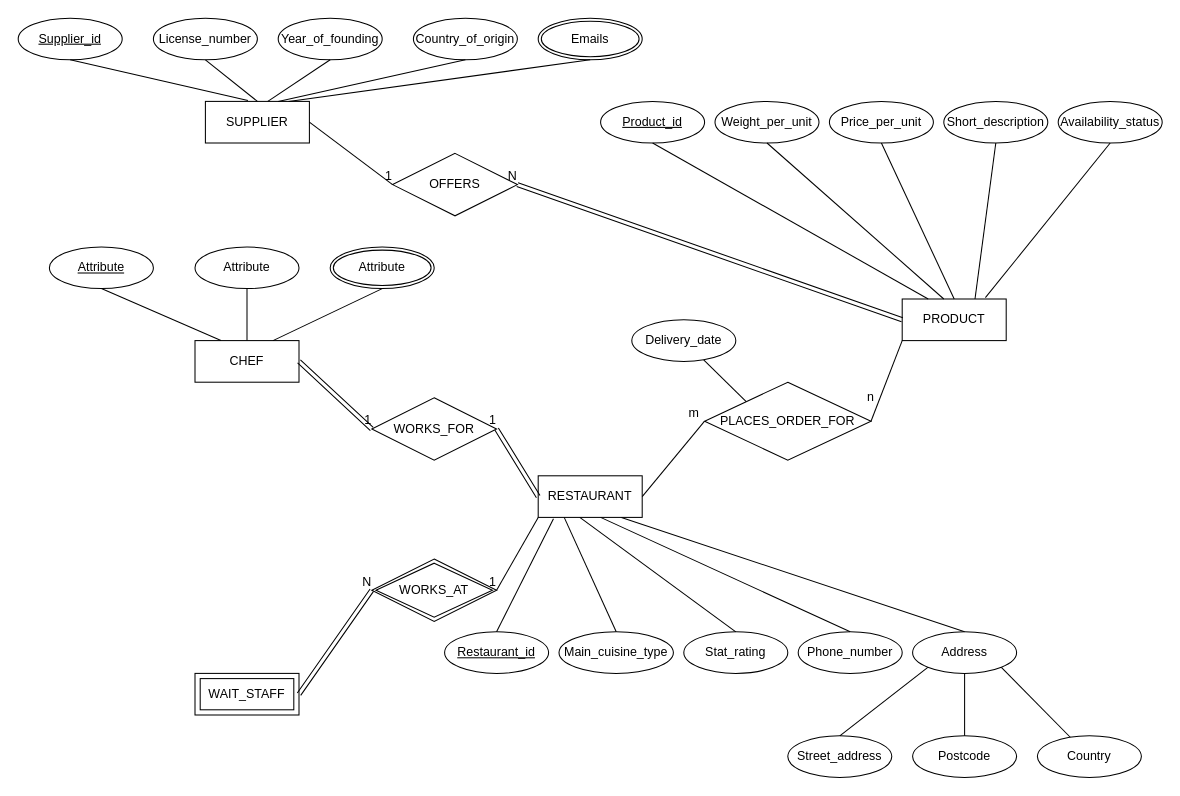
Before: Untitled Diagram.drawio in Jack-UNSW/ohmyzsh, a draw.io diagram. Source tidied: cells renumbered, new cells numbered last; positions are measured from the earlier drawing's top-left corner, leaving out a move shared by most shapes. Both pictures are drawn from the tidied source at 104%, with x=0, y=0 at pixel (18, 18).
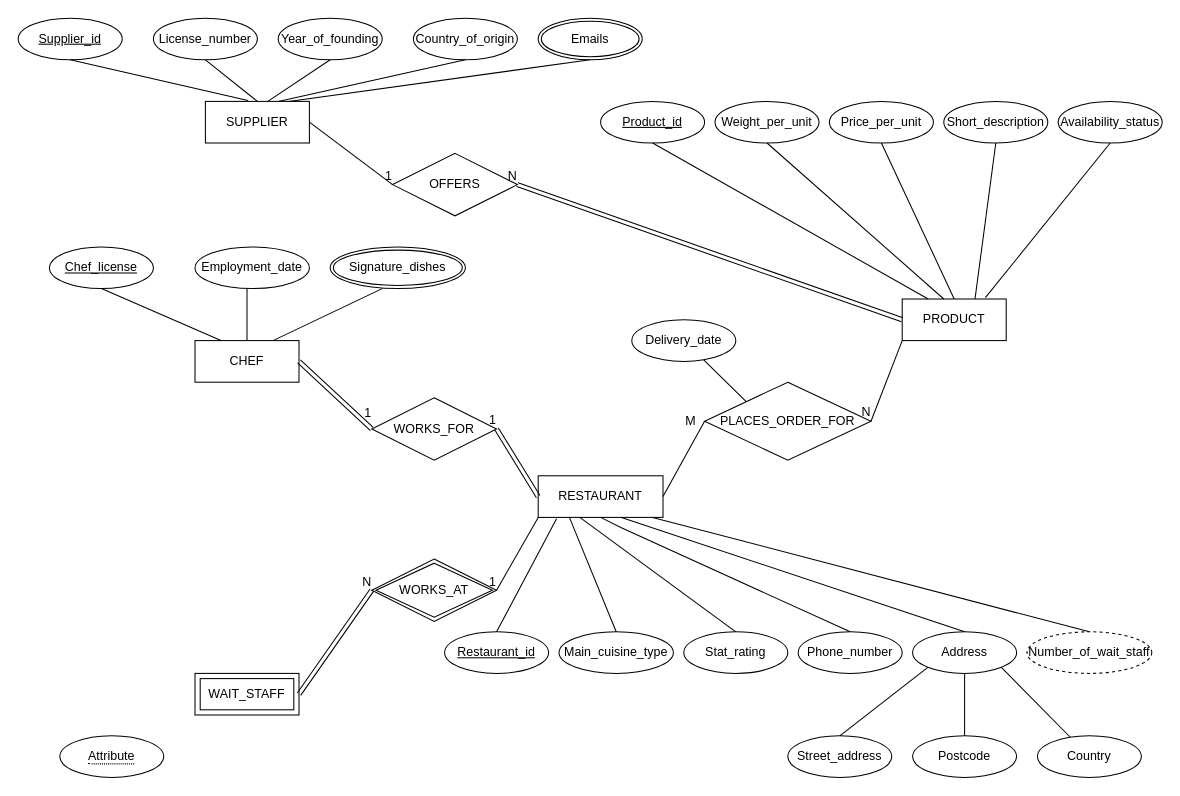
After the change.

Unchanged cells that the change refers to:
```xml
<mxCell id="16" value="PRODUCT" style="whiteSpace=wrap;html=1;align=center;" parent="1" vertex="1">
  <mxGeometry x="850" y="270" width="100" height="40" as="geometry" />
</mxCell>
<mxCell id="19" style="endArrow=none;html=1;rounded=0;entryX=0;entryY=0.5;entryDx=0;entryDy=0;" parent="1" edge="1" target="18">
  <mxGeometry relative="1" as="geometry">
    <mxPoint x="280" y="100" as="sourcePoint" />
  </mxGeometry>
</mxCell>
<mxCell id="24" style="shape=link;html=1;rounded=0;entryX=0;entryY=0.5;entryDx=0;entryDy=0;" parent="1" edge="1" target="23">
  <mxGeometry relative="1" as="geometry">
    <mxPoint x="270" y="330" as="sourcePoint" />
  </mxGeometry>
</mxCell>
<mxCell id="32" value="PLACES_ORDER_FOR&lt;br&gt;" style="shape=rhombus;perimeter=rhombusPerimeter;whiteSpace=wrap;html=1;align=center;" parent="1" vertex="1">
  <mxGeometry x="660" y="350" width="160" height="75" as="geometry" />
</mxCell>
<mxCell id="38" value="Phone_number" style="ellipse;whiteSpace=wrap;html=1;align=center;" parent="1" vertex="1">
  <mxGeometry x="750" y="590" width="100" height="40" as="geometry" />
</mxCell>
```

What changed in the source:
```diff
@@
     <mxCell id="17" value="RESTAURANT" style="whiteSpace=wrap;html=1;align=center;" parent="1" vertex="1">
-      <mxGeometry x="500" y="440" width="100" height="40" as="geometry" />
+      <mxGeometry x="500" y="440" width="120" height="40" as="geometry" />
     </mxCell>
@@
-    <mxCell id="20" value="1" style="html=1;align=right;verticalAlign=bottom;" parent="19" vertex="1">
+    <mxCell id="20" value="&lt;font style=&quot;font-size: 12px&quot;&gt;1&lt;/font&gt;" style="html=1;align=right;verticalAlign=bottom;" parent="19" vertex="1">
       <mxGeometry x="1" relative="1" as="geometry" />
     </mxCell>
@@
     <mxCell id="25" value="1" style="html=1;align=right;verticalAlign=bottom;" parent="24" vertex="1">
-      <mxGeometry x="1" relative="1" as="geometry" />
+      <mxGeometry x="1" relative="1" as="geometry">
+        <mxPoint y="-7" as="offset" />
+      </mxGeometry>
     </mxCell>
@@
     <mxCell id="53" style="endArrow=none;html=1;rounded=0;entryX=0.5;entryY=0;entryDx=0;entryDy=0;" parent="1" edge="1" target="38">
       <mxGeometry relative="1" as="geometry">
         <mxPoint x="560" y="480" as="sourcePoint" />
+        <Array as="points">
+          <mxPoint x="580" y="490" />
+        </Array>
       </mxGeometry>
     </mxCell>
@@
-    <mxCell id="61" style="endArrow=none;html=1;rounded=0;entryX=0;entryY=0.5;entryDx=0;entryDy=0;" parent="1" edge="1" target="32">
-      <mxGeometry relative="1" as="geometry">
-        <mxPoint x="600" y="460" as="sourcePoint" />
-      </mxGeometry>
-    </mxCell>
-    <mxCell id="62" style="endArrow=none;html=1;rounded=0;entryX=0;entryY=1;entryDx=0;entryDy=0;exitX=1;exitY=0.5;exitDx=0;exitDy=0;" parent="1" edge="1" source="32" target="16">
-      <mxGeometry relative="1" as="geometry" />
-    </mxCell>
-    <mxCell id="63" value="m" style="text;html=1;strokeColor=none;fillColor=none;align=center;verticalAlign=middle;whiteSpace=wrap;rounded=0;" parent="1" vertex="1">
-      <mxGeometry x="620" y="365" width="60" height="30" as="geometry" />
-    </mxCell>
-    <mxCell id="64" value="n" style="text;html=1;strokeColor=none;fillColor=none;align=center;verticalAlign=middle;whiteSpace=wrap;rounded=0;" parent="1" vertex="1">
-      <mxGeometry x="790" y="350" width="60" height="30" as="geometry" />
-    </mxCell>
-    <mxCell id="65" value="Attribute" style="ellipse;whiteSpace=wrap;html=1;align=center;fontStyle=4;" parent="1" vertex="1">
+    <mxCell id="65" value="Chef_license" style="ellipse;whiteSpace=wrap;html=1;align=center;fontStyle=4;" parent="1" vertex="1">
       <mxGeometry x="30" y="220" width="100" height="40" as="geometry" />
     </mxCell>
-    <mxCell id="66" value="Attribute" style="ellipse;whiteSpace=wrap;html=1;align=center;" parent="1" vertex="1">
-      <mxGeometry x="170" y="220" width="100" height="40" as="geometry" />
+    <mxCell id="66" value="Employment_date" style="ellipse;whiteSpace=wrap;html=1;align=center;" parent="1" vertex="1">
+      <mxGeometry x="170" y="220" width="110" height="40" as="geometry" />
     </mxCell>
@@
-    <mxCell id="68" value="Attribute" style="ellipse;shape=doubleEllipse;margin=3;whiteSpace=wrap;html=1;align=center;" parent="1" vertex="1">
-      <mxGeometry x="300" y="220" width="100" height="40" as="geometry" />
+    <mxCell id="68" value="Signature_dishes" style="ellipse;shape=doubleEllipse;margin=3;whiteSpace=wrap;html=1;align=center;" parent="1" vertex="1">
+      <mxGeometry x="300" y="220" width="130" height="40" as="geometry" />
     </mxCell>
@@
+    <mxCell id="71" value="Number_of_wait_staff" style="ellipse;whiteSpace=wrap;html=1;align=center;dashed=1;" parent="1" vertex="1">
+      <mxGeometry x="970" y="590" width="120" height="40" as="geometry" />
+    </mxCell>
+    <mxCell id="72" style="endArrow=none;html=1;rounded=0;entryX=0.5;entryY=0;entryDx=0;entryDy=0;" parent="1" edge="1" target="71">
+      <mxGeometry relative="1" as="geometry">
+        <mxPoint x="610" y="480" as="sourcePoint" />
+      </mxGeometry>
+    </mxCell>
+    <mxCell id="73" style="endArrow=none;html=1;rounded=0;exitX=0;exitY=0.5;exitDx=0;exitDy=0;entryX=1;entryY=0.5;entryDx=0;entryDy=0;" parent="1" edge="1" source="32" target="17">
+      <mxGeometry relative="1" as="geometry" />
+    </mxCell>
+    <mxCell id="74" value="M" style="html=1;align=left;verticalAlign=bottom;" parent="73" vertex="1">
+      <mxGeometry x="-1" relative="1" as="geometry">
+        <mxPoint x="-20" y="8" as="offset" />
+      </mxGeometry>
+    </mxCell>
+    <mxCell id="75" style="endArrow=none;html=1;rounded=0;entryX=1;entryY=0.5;entryDx=0;entryDy=0;exitX=0;exitY=1;exitDx=0;exitDy=0;" parent="1" edge="1" source="16" target="32">
+      <mxGeometry relative="1" as="geometry" />
+    </mxCell>
+    <mxCell id="76" value="N" style="html=1;align=right;verticalAlign=bottom;" parent="75" vertex="1">
+      <mxGeometry x="1" relative="1" as="geometry" />
+    </mxCell>
+    <mxCell id="77" value="&lt;span style=&quot;border-bottom: 1px dotted&quot;&gt;Attribute&lt;/span&gt;" style="ellipse;whiteSpace=wrap;html=1;align=center;fontSize=12;" parent="1" vertex="1">
+      <mxGeometry x="40" y="690" width="100" height="40" as="geometry" />
+    </mxCell>
```
